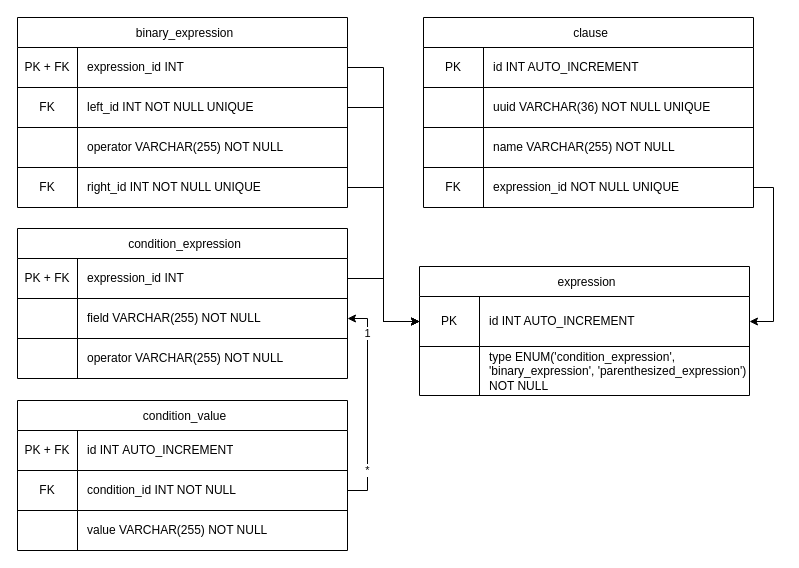
Earlier version of the draw.io diagram documentation/diagrams/data_model.drawio (KvalitetsIT/klausuleret-tilskud-valideringskomponent). Source tidied: cells renumbered, new cells numbered last; positions are measured from the earlier drawing's top-left corner, leaving out a move shared by most shapes. Both pictures are drawn from the tidied source at 100%, with x=0, y=0 at pixel (17, 17).
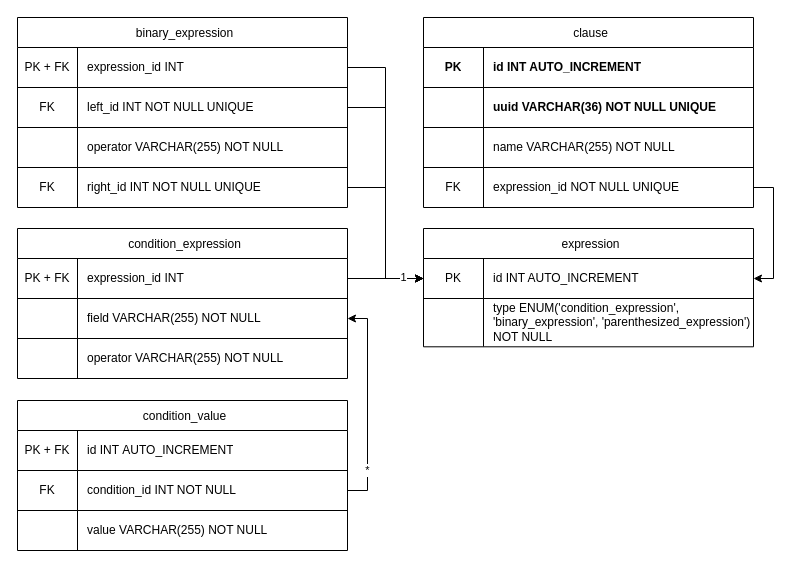
After the change.

Commit message (it also covers changes not shown here):
adjusted data model diagram

Unchanged cells that the change refers to:
```xml
<mxCell id="2" value="clause" style="shape=table;startSize=30;childLayout=tableLayout;spacingLeft=5;" parent="1" vertex="1">
  <mxGeometry x="406" width="330" height="190" as="geometry" />
</mxCell>
<mxCell id="12" style="shape=tableRow;horizontal=0;startSize=0;swimlaneHead=0;swimlaneBody=0;strokeColor=inherit;top=0;left=0;bottom=0;right=0;fillColor=none;points=[[0,0.5],[1,0.5]];portConstraint=eastwest;" parent="2" vertex="1">
  <mxGeometry y="150" width="330" height="40" as="geometry" />
</mxCell>
<mxCell id="23" style="shape=tableRow;horizontal=0;startSize=0;swimlaneHead=0;swimlaneBody=0;strokeColor=inherit;top=0;left=0;bottom=0;right=0;fillColor=none;points=[[0,0.5],[1,0.5]];portConstraint=eastwest;" parent="22" vertex="1">
  <mxGeometry y="30" width="330" height="40" as="geometry" />
</mxCell>
<mxCell id="44" style="shape=tableRow;horizontal=0;startSize=0;swimlaneHead=0;swimlaneBody=0;strokeColor=inherit;top=0;left=0;bottom=0;right=0;fillColor=none;points=[[0,0.5],[1,0.5]];portConstraint=eastwest;" parent="43" vertex="1">
  <mxGeometry y="30" width="330" height="40" as="geometry" />
</mxCell>
<mxCell id="47" style="shape=tableRow;horizontal=0;startSize=0;swimlaneHead=0;swimlaneBody=0;strokeColor=inherit;top=0;left=0;bottom=0;right=0;fillColor=none;points=[[0,0.5],[1,0.5]];portConstraint=eastwest;" parent="43" vertex="1">
  <mxGeometry y="70" width="330" height="40" as="geometry" />
</mxCell>
<mxCell id="53" style="shape=tableRow;horizontal=0;startSize=0;swimlaneHead=0;swimlaneBody=0;strokeColor=inherit;top=0;left=0;bottom=0;right=0;fillColor=none;points=[[0,0.5],[1,0.5]];portConstraint=eastwest;" parent="43" vertex="1">
  <mxGeometry y="150" width="330" height="40" as="geometry" />
</mxCell>
<mxCell id="59" style="edgeStyle=orthogonalEdgeStyle;rounded=0;jettySize=auto;html=1;exitX=1;exitY=0.5;exitDx=0;exitDy=0;entryX=1;entryY=0.5;entryDx=0;entryDy=0;" parent="1" edge="1" source="36" target="26">
  <mxGeometry relative="1" as="geometry" />
</mxCell>
```

Diff of the diagram source:
```diff
@@
-    <mxCell id="3" style="shape=tableRow;horizontal=0;startSize=0;swimlaneHead=0;swimlaneBody=0;strokeColor=inherit;top=0;left=0;bottom=0;right=0;fillColor=none;" parent="2" vertex="1">
+    <mxCell id="3" style="shape=tableRow;horizontal=0;startSize=0;swimlaneHead=0;swimlaneBody=0;strokeColor=inherit;top=0;left=0;bottom=0;right=0;fillColor=none;fontStyle=1;" parent="2" vertex="1">
       <mxGeometry y="30" width="330" height="40" as="geometry" />
     </mxCell>
-    <mxCell id="4" value="PK" style="shape=partialRectangle;html=1;whiteSpace=wrap;strokeColor=inherit;overflow=hidden;fillColor=none;top=0;left=0;bottom=0;right=0;" parent="3" vertex="1">
+    <mxCell id="4" value="PK" style="shape=partialRectangle;html=1;whiteSpace=wrap;strokeColor=inherit;overflow=hidden;fillColor=none;top=0;left=0;bottom=0;right=0;fontStyle=1;" parent="3" vertex="1">
       <mxGeometry width="60" height="40" as="geometry" />
     </mxCell>
-    <mxCell id="5" value="id INT AUTO_INCREMENT" style="shape=partialRectangle;html=1;whiteSpace=wrap;strokeColor=inherit;overflow=hidden;fillColor=none;top=0;left=0;bottom=0;right=0;align=left;spacingLeft=8;" parent="3" vertex="1">
+    <mxCell id="5" value="id INT AUTO_INCREMENT" style="shape=partialRectangle;html=1;whiteSpace=wrap;strokeColor=inherit;overflow=hidden;fillColor=none;top=0;left=0;bottom=0;right=0;align=left;spacingLeft=8;fontStyle=1;" parent="3" vertex="1">
       <mxGeometry x="60" width="270" height="40" as="geometry" />
     </mxCell>
-    <mxCell id="6" style="shape=tableRow;horizontal=0;startSize=0;swimlaneHead=0;swimlaneBody=0;strokeColor=inherit;top=0;left=0;bottom=0;right=0;fillColor=none;" parent="2" vertex="1">
+    <mxCell id="6" style="shape=tableRow;horizontal=0;startSize=0;swimlaneHead=0;swimlaneBody=0;strokeColor=inherit;top=0;left=0;bottom=0;right=0;fillColor=none;fontStyle=1;" parent="2" vertex="1">
       <mxGeometry y="70" width="330" height="40" as="geometry" />
     </mxCell>
-    <mxCell id="7" style="shape=partialRectangle;html=1;whiteSpace=wrap;strokeColor=inherit;overflow=hidden;fillColor=none;top=0;left=0;bottom=0;right=0;" parent="6" vertex="1">
+    <mxCell id="7" style="shape=partialRectangle;html=1;whiteSpace=wrap;strokeColor=inherit;overflow=hidden;fillColor=none;top=0;left=0;bottom=0;right=0;fontStyle=1;" parent="6" vertex="1">
       <mxGeometry width="60" height="40" as="geometry" />
     </mxCell>
-    <mxCell id="8" value="uuid VARCHAR(36) NOT NULL UNIQUE" style="shape=partialRectangle;html=1;whiteSpace=wrap;strokeColor=inherit;overflow=hidden;fillColor=none;top=0;left=0;bottom=0;right=0;align=left;spacingLeft=8;" parent="6" vertex="1">
+    <mxCell id="8" value="uuid VARCHAR(36) NOT NULL UNIQUE" style="shape=partialRectangle;html=1;whiteSpace=wrap;strokeColor=inherit;overflow=hidden;fillColor=none;top=0;left=0;bottom=0;right=0;align=left;spacingLeft=8;fontStyle=1;" parent="6" vertex="1">
       <mxGeometry x="60" width="270" height="40" as="geometry" />
     </mxCell>
@@
-    <mxCell id="15" value="expression" style="shape=table;startSize=30;childLayout=tableLayout;spacingLeft=5;" parent="1" vertex="1">
-      <mxGeometry x="402" y="249" width="330" height="129" as="geometry" />
-    </mxCell>
-    <mxCell id="16" style="shape=tableRow;horizontal=0;startSize=0;swimlaneHead=0;swimlaneBody=0;strokeColor=inherit;top=0;left=0;bottom=0;right=0;fillColor=none;points=[[0,0.5],[1,0.5]];portConstraint=eastwest;" parent="15" vertex="1">
-      <mxGeometry y="30" width="330" height="50" as="geometry" />
-    </mxCell>
-    <mxCell id="17" value="PK" style="shape=partialRectangle;html=1;whiteSpace=wrap;strokeColor=inherit;overflow=hidden;fillColor=none;top=0;left=0;bottom=0;right=0;" parent="16" vertex="1">
-      <mxGeometry width="60" height="50" as="geometry" />
-    </mxCell>
-    <mxCell id="18" value="id INT AUTO_INCREMENT" style="shape=partialRectangle;html=1;whiteSpace=wrap;strokeColor=inherit;overflow=hidden;fillColor=none;top=0;left=0;bottom=0;right=0;align=left;spacingLeft=8;" parent="16" vertex="1">
-      <mxGeometry x="60" width="270" height="50" as="geometry" />
-    </mxCell>
-    <mxCell id="19" style="shape=tableRow;horizontal=0;startSize=0;swimlaneHead=0;swimlaneBody=0;strokeColor=inherit;top=0;left=0;bottom=0;right=0;fillColor=none;" parent="15" vertex="1">
-      <mxGeometry y="80" width="330" height="49" as="geometry" />
-    </mxCell>
-    <mxCell id="20" style="shape=partialRectangle;html=1;whiteSpace=wrap;strokeColor=inherit;overflow=hidden;fillColor=none;top=0;left=0;bottom=0;right=0;" parent="19" vertex="1">
-      <mxGeometry width="60" height="49" as="geometry" />
-    </mxCell>
-    <mxCell id="21" value="type ENUM('condition_expression', 'binary_expression', 'parenthesized_expression') NOT NULL" style="shape=partialRectangle;html=1;whiteSpace=wrap;strokeColor=inherit;overflow=hidden;fillColor=none;top=0;left=0;bottom=0;right=0;align=left;spacingLeft=8;" parent="19" vertex="1">
-      <mxGeometry x="60" width="270" height="49" as="geometry" />
-    </mxCell>
@@
-    <mxCell id="42" style="edgeStyle=orthogonalEdgeStyle;rounded=0;jettySize=auto;html=1;entryX=0;entryY=0.5;entryDx=0;entryDy=0;" parent="1" edge="1" source="23" target="16">
+    <mxCell id="42" style="edgeStyle=orthogonalEdgeStyle;rounded=0;jettySize=auto;html=1;entryX=0;entryY=0.5;entryDx=0;entryDy=0;" parent="1" edge="1" source="23" target="63">
       <mxGeometry relative="1" as="geometry" />
     </mxCell>
@@
-    <mxCell id="56" style="edgeStyle=orthogonalEdgeStyle;rounded=0;jettySize=auto;html=1;entryX=0;entryY=0.5;entryDx=0;entryDy=0;" parent="1" edge="1" source="44" target="16">
+    <mxCell id="56" style="edgeStyle=orthogonalEdgeStyle;rounded=0;jettySize=auto;html=1;entryX=0;entryY=0.5;entryDx=0;entryDy=0;" parent="1" edge="1" source="44" target="63">
       <mxGeometry relative="1" as="geometry" />
     </mxCell>
-    <mxCell id="57" style="edgeStyle=orthogonalEdgeStyle;rounded=0;jettySize=auto;html=1;entryX=0;entryY=0.5;entryDx=0;entryDy=0;" parent="1" edge="1" source="53" target="16">
+    <mxCell id="57" style="edgeStyle=orthogonalEdgeStyle;rounded=0;jettySize=auto;html=1;entryX=0;entryY=0.5;entryDx=0;entryDy=0;" parent="1" edge="1" source="53" target="63">
       <mxGeometry relative="1" as="geometry" />
     </mxCell>
-    <mxCell id="58" style="edgeStyle=orthogonalEdgeStyle;rounded=0;jettySize=auto;html=1;exitX=1;exitY=0.5;exitDx=0;exitDy=0;entryX=0;entryY=0.5;entryDx=0;entryDy=0;" parent="1" edge="1" source="47" target="16">
+    <mxCell id="58" style="edgeStyle=orthogonalEdgeStyle;rounded=0;jettySize=auto;html=1;exitX=1;exitY=0.5;exitDx=0;exitDy=0;entryX=0;entryY=0.5;entryDx=0;entryDy=0;" parent="1" edge="1" source="47" target="63">
       <mxGeometry relative="1" as="geometry" />
     </mxCell>
+    <mxCell id="61" value="1" style="edgeLabel;html=1;align=center;verticalAlign=middle;" parent="58" vertex="1">
+      <mxGeometry x="0.83" y="2" relative="1" as="geometry" />
+    </mxCell>
@@
-    <mxCell id="61" value="1" style="edgeLabel;html=1;align=center;verticalAlign=middle;" parent="59" vertex="1">
-      <mxGeometry x="0.68" y="1" relative="1" as="geometry" />
-    </mxCell>
-    <mxCell id="62" style="edgeStyle=orthogonalEdgeStyle;rounded=0;jettySize=auto;html=1;exitX=1;exitY=0.5;exitDx=0;exitDy=0;entryX=1;entryY=0.5;entryDx=0;entryDy=0;" parent="1" edge="1" source="12" target="16">
+    <mxCell id="62" style="edgeStyle=orthogonalEdgeStyle;rounded=0;jettySize=auto;html=1;exitX=1;exitY=0.5;exitDx=0;exitDy=0;entryX=1;entryY=0.5;entryDx=0;entryDy=0;" parent="1" edge="1" source="12" target="63">
       <mxGeometry relative="1" as="geometry" />
     </mxCell>
+    <mxCell id="15" value="expression" style="shape=table;startSize=30;childLayout=tableLayout;spacingLeft=5;" parent="1" vertex="1">
+      <mxGeometry x="406" y="211" width="330" height="118.3" as="geometry" />
+    </mxCell>
+    <mxCell id="63" style="shape=tableRow;horizontal=0;startSize=0;swimlaneHead=0;swimlaneBody=0;strokeColor=inherit;top=0;left=0;bottom=0;right=0;fillColor=none;points=[[0,0.5],[1,0.5]];portConstraint=eastwest;fontStyle=1;" parent="15" vertex="1">
+      <mxGeometry y="30" width="330" height="40" as="geometry" />
+    </mxCell>
+    <mxCell id="17" value="&lt;span style=&quot;font-weight: 400;&quot;&gt;PK&lt;/span&gt;" style="shape=partialRectangle;html=1;whiteSpace=wrap;strokeColor=inherit;overflow=hidden;fillColor=none;top=0;left=0;bottom=0;right=0;fontStyle=1;" parent="63" vertex="1">
+      <mxGeometry width="60" height="40" as="geometry" />
+    </mxCell>
+    <mxCell id="18" value="&lt;span style=&quot;font-weight: 400;&quot;&gt;id INT AUTO_INCREMENT&lt;/span&gt;" style="shape=partialRectangle;html=1;whiteSpace=wrap;strokeColor=inherit;overflow=hidden;fillColor=none;top=0;left=0;bottom=0;right=0;align=left;spacingLeft=8;fontStyle=1;" parent="63" vertex="1">
+      <mxGeometry x="60" width="270" height="40" as="geometry" />
+    </mxCell>
+    <mxCell id="64" style="shape=tableRow;horizontal=0;startSize=0;swimlaneHead=0;swimlaneBody=0;strokeColor=inherit;top=0;left=0;bottom=0;right=0;fillColor=none;fontStyle=1;" parent="15" vertex="1">
+      <mxGeometry y="70" width="330" height="48" as="geometry" />
+    </mxCell>
+    <mxCell id="65" style="shape=partialRectangle;html=1;whiteSpace=wrap;strokeColor=inherit;overflow=hidden;fillColor=none;top=0;left=0;bottom=0;right=0;fontStyle=1;" parent="64" vertex="1">
+      <mxGeometry width="60" height="48" as="geometry" />
+    </mxCell>
+    <mxCell id="21" value="&lt;span style=&quot;font-weight: 400;&quot;&gt;type ENUM('condition_expression', 'binary_expression', 'parenthesized_expression') NOT NULL&lt;/span&gt;" style="shape=partialRectangle;html=1;whiteSpace=wrap;strokeColor=inherit;overflow=hidden;fillColor=none;top=0;left=0;bottom=0;right=0;align=left;spacingLeft=8;fontStyle=1;" parent="64" vertex="1">
+      <mxGeometry x="60" width="270" height="48" as="geometry" />
+    </mxCell>
```
